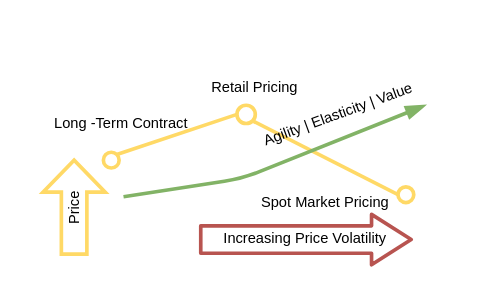
Earlier version of the draw.io diagram Cloud_pricing.drawio (miranda-zhang/draw.io). Source tidied: cells renumbered, new cells numbered last; positions are measured from the earlier drawing's top-left corner, leaving out a move shared by most shapes. Both pictures are drawn from the tidied source at 183%, with x=0, y=0 at pixel (31, 31).
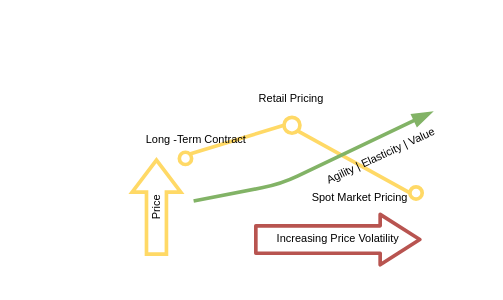
The same diagram, later.

What changed in the source:
```diff
@@
 <mxGraphModel>
   <root>
     <mxCell id="0" />
     <mxCell id="1" parent="0" />
-    <mxCell id="2" value="Spot Market Pricing" style="text;html=1;strokeColor=none;fillColor=none;align=center;verticalAlign=middle;whiteSpace=wrap;rounded=0;fontSize=8;fontStyle=0;strokeWidth=2;" parent="1" vertex="1">
-      <mxGeometry x="111.5" y="81" width="97" height="24" as="geometry" />
+    <mxCell id="2" value="Spot Market Pricing" style="text;html=1;strokeColor=none;fillColor=none;align=center;verticalAlign=middle;whiteSpace=wrap;rounded=0;fontSize=6;fontStyle=0;strokeWidth=2;" parent="1" vertex="1">
+      <mxGeometry x="150" y="81" width="59" height="19" as="geometry" />
     </mxCell>
-    <mxCell id="3" style="group;fontStyle=0;strokeWidth=2;fontSize=8;" parent="1" vertex="1">
-      <mxGeometry y="70" width="230" height="60" as="geometry" />
+    <mxCell id="3" style="group;fontStyle=0;strokeWidth=2;fontSize=6;" parent="1" vertex="1">
+      <mxGeometry x="50" y="70" width="180" height="60" as="geometry" />
     </mxCell>
-    <mxCell id="4" value="Price&amp;nbsp;" style="html=1;align=center;verticalAlign=middle;shape=mxgraph.arrows2.arrow;dy=0.59;dx=17.5;direction=north;notch=0;flipV=0;horizontal=0;fontSize=8;fontStyle=0;rounded=1;labelBackgroundColor=#ffffff;endArrow=classic;endSize=8.33;strokeColor=#FFD966;strokeWidth=2;fillColor=none;" parent="3" vertex="1">
-      <mxGeometry x="6" width="34" height="51.4" as="geometry" />
+    <mxCell id="4" value="Price&amp;nbsp;" style="html=1;align=center;verticalAlign=middle;shape=mxgraph.arrows2.arrow;dy=0.59;dx=17.5;direction=north;notch=0;flipV=0;horizontal=0;fontSize=6;fontStyle=0;rounded=1;labelBackgroundColor=#ffffff;endArrow=classic;endSize=8.33;strokeColor=#FFD966;strokeWidth=2;fillColor=none;" parent="3" vertex="1">
+      <mxGeometry x="4.7" width="26.6" height="51.4" as="geometry" />
     </mxCell>
-    <mxCell id="5" value="Increasing Price Volatility" style="shape=flexArrow;endArrow=classic;html=1;endWidth=10.5;endSize=6.555;width=14;fontSize=8;fontStyle=0;fillColor=none;strokeColor=#b85450;strokeWidth=2;" parent="3" edge="1">
+    <mxCell id="5" value="Increasing Price Volatility" style="shape=flexArrow;endArrow=classic;html=1;endWidth=10.5;endSize=6.555;width=14;fontSize=6;fontStyle=0;fillColor=none;strokeColor=#b85450;strokeWidth=2;" parent="3" edge="1">
       <mxGeometry relative="1" as="geometry">
-        <mxPoint x="91.2" y="43.4" as="sourcePoint" />
-        <mxPoint x="208.2" y="43.4" as="targetPoint" />
+        <mxPoint x="71.3" y="43.4" as="sourcePoint" />
+        <mxPoint x="162.9" y="43.4" as="targetPoint" />
       </mxGeometry>
     </mxCell>
-    <mxCell id="6" style="ellipse;whiteSpace=wrap;html=1;fontSize=8;rounded=1;strokeColor=#FFD966;strokeWidth=2;labelBackgroundColor=#ffffff;spacing=0;endArrow=none;fontStyle=0;" parent="3" vertex="1">
-      <mxGeometry x="39" y="-4.3" width="8.6" height="8.6" as="geometry" />
+    <mxCell id="6" style="ellipse;whiteSpace=wrap;html=1;fontSize=6;rounded=1;strokeColor=#FFD966;strokeWidth=2;labelBackgroundColor=#ffffff;spacing=0;endArrow=none;fontStyle=0;" parent="3" vertex="1">
+      <mxGeometry x="30.5" y="-4.3" width="6.7" height="6.7" as="geometry" />
     </mxCell>
-    <mxCell id="7" style="ellipse;whiteSpace=wrap;html=1;fontSize=8;rounded=1;strokeColor=#FFD966;strokeWidth=2;labelBackgroundColor=#ffffff;spacing=0;endArrow=none;fontStyle=0;" parent="3" vertex="1">
-      <mxGeometry x="200" y="14.6" width="8.6" height="8.6" as="geometry" />
+    <mxCell id="7" style="ellipse;whiteSpace=wrap;html=1;fontSize=6;rounded=1;strokeColor=#FFD966;strokeWidth=2;labelBackgroundColor=#ffffff;spacing=0;endArrow=none;fontStyle=0;" parent="3" vertex="1">
+      <mxGeometry x="156.5" y="14.6" width="6.7" height="6.7" as="geometry" />
     </mxCell>
-    <mxCell id="8" style="endArrow=none;html=1;fontSize=8;strokeColor=#FFD966;strokeWidth=2;spacing=0;fontStyle=0;entryX=0;entryY=0.5;entryDx=0;entryDy=0;exitX=1;exitY=1;exitDx=0;exitDy=0;" parent="1" edge="1" source="14" target="7">
+    <mxCell id="8" style="endArrow=none;html=1;fontSize=6;strokeColor=#FFD966;strokeWidth=2;spacing=0;fontStyle=0;entryX=0;entryY=0.5;entryDx=0;entryDy=0;exitX=1;exitY=1;exitDx=0;exitDy=0;" parent="1" edge="1" source="14" target="7">
       <mxGeometry relative="1" as="geometry" />
     </mxCell>
-    <mxCell id="9" style="endArrow=none;html=1;fontSize=8;spacing=0;comic=0;strokeWidth=2;strokeColor=#FFD966;fontStyle=0;entryX=0;entryY=0.5;entryDx=0;entryDy=0;exitX=1;exitY=0;exitDx=0;exitDy=0;" parent="1" edge="1" source="6" target="14">
+    <mxCell id="9" style="endArrow=none;html=1;fontSize=6;spacing=0;comic=0;strokeWidth=2;strokeColor=#FFD966;fontStyle=0;entryX=0;entryY=0.5;entryDx=0;entryDy=0;exitX=1;exitY=0;exitDx=0;exitDy=0;" parent="1" edge="1" source="6" target="14">
       <mxGeometry relative="1" as="geometry" />
     </mxCell>
-    <mxCell id="10" value="Long -Term Contract" style="text;html=1;strokeColor=none;fillColor=none;align=center;verticalAlign=middle;whiteSpace=wrap;rounded=0;fontSize=8;fontStyle=0;strokeWidth=2;" parent="1" vertex="1">
-      <mxGeometry x="10" y="40" width="78" height="20" as="geometry" />
+    <mxCell id="10" value="Long -Term Contract" style="text;html=1;strokeColor=none;fillColor=none;align=center;verticalAlign=middle;whiteSpace=wrap;rounded=0;fontSize=6;fontStyle=0;strokeWidth=2;" parent="1" vertex="1">
+      <mxGeometry x="60" y="49" width="60" height="20" as="geometry" />
     </mxCell>
-    <mxCell id="11" style="group;fontStyle=0;strokeWidth=2;fontSize=8;" parent="1" vertex="1">
-      <mxGeometry x="85" width="150" height="70" as="geometry" />
+    <mxCell id="11" style="group;fontStyle=0;strokeWidth=2;fontSize=6;" parent="1" vertex="1">
+      <mxGeometry x="110" y="10" width="131" height="67" as="geometry" />
     </mxCell>
-    <mxCell id="12" value="Retail Pricing" style="text;html=1;strokeColor=none;fillColor=none;align=center;verticalAlign=middle;whiteSpace=wrap;rounded=0;fontSize=8;fontStyle=0;strokeWidth=2;" parent="11" vertex="1">
-      <mxGeometry x="7" y="20" width="60" height="20" as="geometry" />
+    <mxCell id="12" value="Retail Pricing" style="text;html=1;strokeColor=none;fillColor=none;align=center;verticalAlign=middle;whiteSpace=wrap;rounded=0;fontSize=6;fontStyle=0;strokeWidth=2;" parent="11" vertex="1">
+      <mxGeometry x="6.1" y="18.3" width="52" height="18.3" as="geometry" />
     </mxCell>
-    <mxCell id="13" style="endArrow=blockThin;html=1;strokeColor=#82b366;strokeWidth=2;fillColor=#d5e8d4;fontSize=8;endFill=1;fontStyle=0;" parent="11" edge="1">
+    <mxCell id="13" style="endArrow=blockThin;html=1;strokeColor=#82b366;strokeWidth=2;fillColor=#d5e8d4;fontSize=6;endFill=1;fontStyle=0;entryX=0.854;entryY=-0.076;entryDx=0;entryDy=0;entryPerimeter=0;" parent="11" edge="1" target="15">
       <mxGeometry relative="1" as="geometry">
-        <mxPoint x="-35" y="90" as="sourcePoint" />
-        <mxPoint x="130" y="40" as="targetPoint" />
+        <mxPoint x="-21.7" y="82.3" as="sourcePoint" />
         <Array as="points">
-          <mxPoint x="30" y="80" />
+          <mxPoint x="26" y="73.1" />
         </Array>
       </mxGeometry>
     </mxCell>
-    <mxCell id="14" style="ellipse;whiteSpace=wrap;html=1;fontSize=8;rounded=1;strokeColor=#FFD966;strokeWidth=2;labelBackgroundColor=#ffffff;spacing=0;endArrow=none;fontStyle=0;" parent="11" vertex="1">
-      <mxGeometry x="27" y="40" width="10" height="10" as="geometry" />
+    <mxCell id="14" style="ellipse;whiteSpace=wrap;html=1;fontSize=6;rounded=1;strokeColor=#FFD966;strokeWidth=2;labelBackgroundColor=#ffffff;spacing=0;endArrow=none;fontStyle=0;" parent="11" vertex="1">
+      <mxGeometry x="27.7" y="36.6" width="8.7" height="8.7" as="geometry" />
     </mxCell>
-    <mxCell id="15" value="Agility | Elasticity | Value" style="text;html=1;strokeColor=none;fillColor=none;align=center;verticalAlign=middle;whiteSpace=wrap;rounded=0;fontSize=8;rotation=-20;fontStyle=0;strokeWidth=2;" parent="11" vertex="1">
-      <mxGeometry x="20" y="35" width="125" height="20" as="geometry" />
+    <mxCell id="15" value="Agility | Elasticity | Value" style="text;html=1;strokeColor=none;fillColor=none;align=center;verticalAlign=middle;whiteSpace=wrap;rounded=0;fontSize=6;rotation=-25;fontStyle=0;strokeWidth=2;" parent="11" vertex="1">
+      <mxGeometry x="31" y="49" width="100" height="18" as="geometry" />
     </mxCell>
   </root>
 </mxGraphModel>
```
